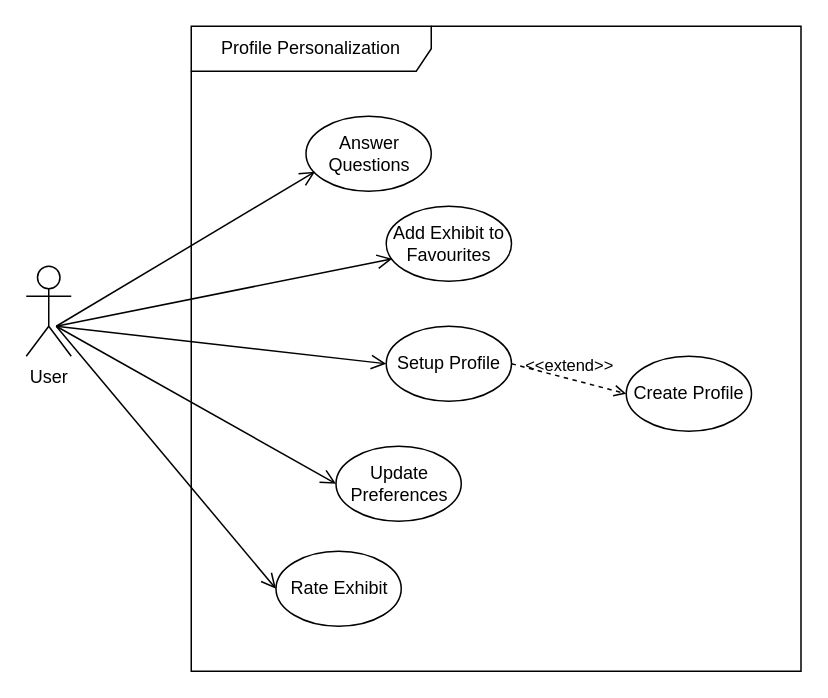
This is Use Case Diagrams/Profile Personalization.drawio.xml from gsklaven/MusePath, a draw.io file, before an edit. Source tidied: cells renumbered, new cells numbered last; positions are measured from the earlier drawing's top-left corner, leaving out a move shared by most shapes. Both pictures are drawn from the tidied source at 150%, with x=0, y=0 at pixel (26, 26).
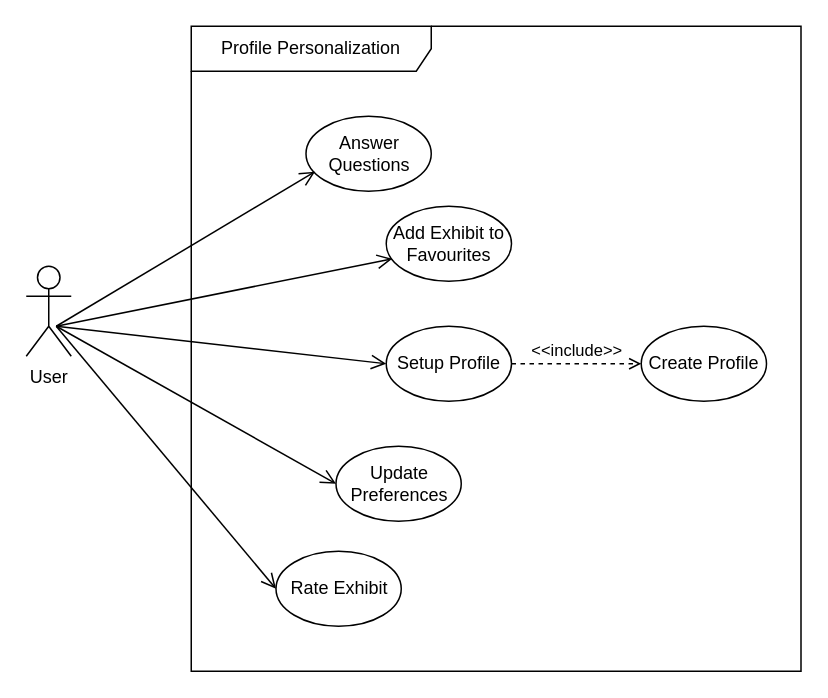
After the change.

The edit, as a diff of the source:
```diff
@@
 <mxGraphModel>
   <root>
     <mxCell id="0" />
     <mxCell id="1" parent="0" />
     <mxCell id="2" value="Profile Personalization" style="shape=umlFrame;whiteSpace=wrap;html=1;width=160;" parent="1" vertex="1">
       <mxGeometry x="110" width="406.5" height="430" as="geometry" />
     </mxCell>
     <mxCell id="3" value="Answer Questions" style="ellipse;html=1;whiteSpace=wrap;" parent="2" vertex="1">
       <mxGeometry x="76.5" y="60" width="83.5" height="50" as="geometry" />
     </mxCell>
     <mxCell id="4" value="Create Profile" style="ellipse;html=1;whiteSpace=wrap;" parent="2" vertex="1">
-      <mxGeometry x="290" y="220" width="83.5" height="50" as="geometry" />
+      <mxGeometry x="300" y="200" width="83.5" height="50" as="geometry" />
     </mxCell>
     <mxCell id="5" value="Rate Exhibit" style="ellipse;html=1;whiteSpace=wrap;" parent="2" vertex="1">
       <mxGeometry x="56.5" y="350" width="83.5" height="50" as="geometry" />
     </mxCell>
     <mxCell id="6" value="Add Exhibit to Favourites" style="ellipse;html=1;whiteSpace=wrap;" parent="2" vertex="1">
       <mxGeometry x="130" y="120" width="83.5" height="50" as="geometry" />
     </mxCell>
     <mxCell id="7" value="Setup Profile" style="ellipse;html=1;whiteSpace=wrap;" parent="2" vertex="1">
       <mxGeometry x="130" y="200" width="83.5" height="50" as="geometry" />
     </mxCell>
     <mxCell id="8" value="Update Preferences" style="ellipse;html=1;whiteSpace=wrap;" parent="2" vertex="1">
       <mxGeometry x="96.5" y="280" width="83.5" height="50" as="geometry" />
     </mxCell>
-    <mxCell id="9" value="&amp;lt;&amp;lt;extend&amp;gt;&amp;gt;" style="html=1;verticalAlign=bottom;labelBackgroundColor=none;endArrow=open;endFill=0;dashed=1;rounded=0;exitX=1;exitY=0.5;exitDx=0;exitDy=0;entryX=0;entryY=0.5;entryDx=0;entryDy=0;" parent="2" edge="1" source="7" target="4">
+    <mxCell id="9" value="&amp;lt;&amp;lt;include&lt;span style=&quot;background-color: transparent; color: light-dark(rgb(0, 0, 0), rgb(255, 255, 255));&quot;&gt;&amp;gt;&amp;gt;&lt;/span&gt;" style="html=1;verticalAlign=bottom;labelBackgroundColor=none;endArrow=open;endFill=0;dashed=1;rounded=0;exitX=1;exitY=0.5;exitDx=0;exitDy=0;entryX=0;entryY=0.5;entryDx=0;entryDy=0;" parent="2" edge="1" source="7" target="4">
       <mxGeometry relative="1" as="geometry" />
     </mxCell>
     <mxCell id="10" value="User" style="shape=umlActor;verticalLabelPosition=bottom;verticalAlign=top;html=1;" parent="1" vertex="1">
       <mxGeometry y="160" width="30" height="60" as="geometry" />
     </mxCell>
     <mxCell id="11" style="endArrow=open;startArrow=none;endFill=0;startFill=0;endSize=8;html=1;verticalAlign=bottom;labelBackgroundColor=none;strokeWidth=1;rounded=0;entryX=0.072;entryY=0.74;entryDx=0;entryDy=0;entryPerimeter=0;" parent="1" edge="1" target="3">
       <mxGeometry relative="1" as="geometry">
         <mxPoint x="20" y="200" as="sourcePoint" />
       </mxGeometry>
     </mxCell>
     <mxCell id="12" style="endArrow=open;startArrow=none;endFill=0;startFill=0;endSize=8;html=1;verticalAlign=bottom;labelBackgroundColor=none;strokeWidth=1;rounded=0;entryX=0;entryY=0.5;entryDx=0;entryDy=0;" parent="1" edge="1" target="5">
       <mxGeometry relative="1" as="geometry">
         <mxPoint x="20" y="200" as="sourcePoint" />
       </mxGeometry>
     </mxCell>
     <mxCell id="13" style="endArrow=open;startArrow=none;endFill=0;startFill=0;endSize=8;html=1;verticalAlign=bottom;labelBackgroundColor=none;strokeWidth=1;rounded=0;entryX=0.048;entryY=0.7;entryDx=0;entryDy=0;entryPerimeter=0;" parent="1" edge="1" target="6">
       <mxGeometry relative="1" as="geometry">
         <mxPoint x="20" y="200" as="sourcePoint" />
       </mxGeometry>
     </mxCell>
     <mxCell id="14" style="endArrow=open;startArrow=none;endFill=0;startFill=0;endSize=8;html=1;verticalAlign=bottom;labelBackgroundColor=none;strokeWidth=1;rounded=0;entryX=0;entryY=0.5;entryDx=0;entryDy=0;" parent="1" edge="1" target="8">
       <mxGeometry relative="1" as="geometry">
         <mxPoint x="20" y="200" as="sourcePoint" />
       </mxGeometry>
     </mxCell>
     <mxCell id="15" style="endArrow=open;startArrow=none;endFill=0;startFill=0;endSize=8;html=1;verticalAlign=bottom;labelBackgroundColor=none;strokeWidth=1;rounded=0;entryX=0;entryY=0.5;entryDx=0;entryDy=0;" parent="1" edge="1" target="7">
       <mxGeometry relative="1" as="geometry">
         <mxPoint x="20" y="200" as="sourcePoint" />
       </mxGeometry>
     </mxCell>
   </root>
 </mxGraphModel>
```
